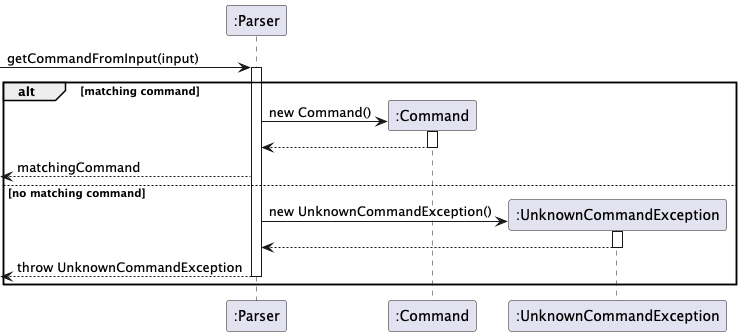
Earlier version of the PlantUML export docs/images/Parser_getCommandFromInput.png (thienkimtranhoang/tp).
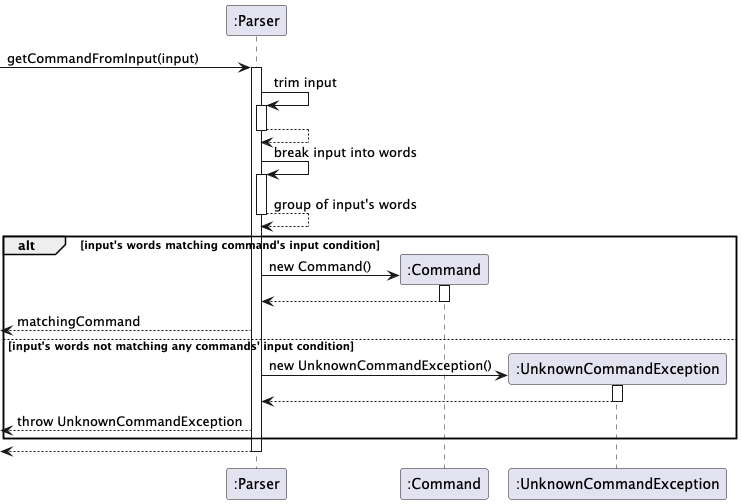
Above is the later version.

The edit, as a diff of the source:
```diff
@@ -3,21 +3,22 @@
 participant ":Parser" as Parser
 participant ":Command" as Command
 participant ":UnknownCommandException" as Exception
+-> Parser ++: getCommandFromInput(input)
+Parser -> Parser ++: trim input
+Parser --> Parser --:
+Parser -> Parser ++: break input into words
+Parser --> Parser --: group of input's words
 
--> Parser ++: getCommandFromInput(input)
-
-alt matching command
+alt input's words matching command's input condition
     create Command
     Parser -> Command ++: new Command()
     Parser <-- Command --:
-    deactivate Command
     <-- Parser: matchingCommand
-else no matching command
+else input's words not matching any commands' input condition
     create Exception
     Parser -> Exception ++: new UnknownCommandException()
     Parser <-- Exception --
-    <-- Parser --: throw UnknownCommandException
+    <-- Parser: throw UnknownCommandException
 end
-
-deactivate Parser
+<-- Parser --:
 @enduml
```
